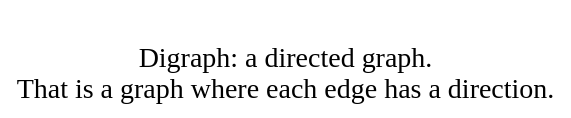
curtcox/practical-graphviz keeps this PlantUML diagram as svg/subgraph.svg. Above is the earlier version. Its source is kept beside it as puml/subgraph.puml. Its diagram source:
```plantuml
@startuml
digraph G {
"
Digraph: a directed graph.
That is a graph where each edge has a direction.
" [shape=none fontsize=20]
}
@enduml
```
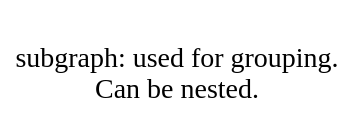
After the commit.

What changed in the source:
```diff
@@ -1,8 +1,8 @@
 @startuml
 digraph G {
 "
-Digraph: a directed graph.
-That is a graph where each edge has a direction.
+subgraph: used for grouping.
+Can be nested.
 " [shape=none fontsize=20]
 }
 @enduml
```
